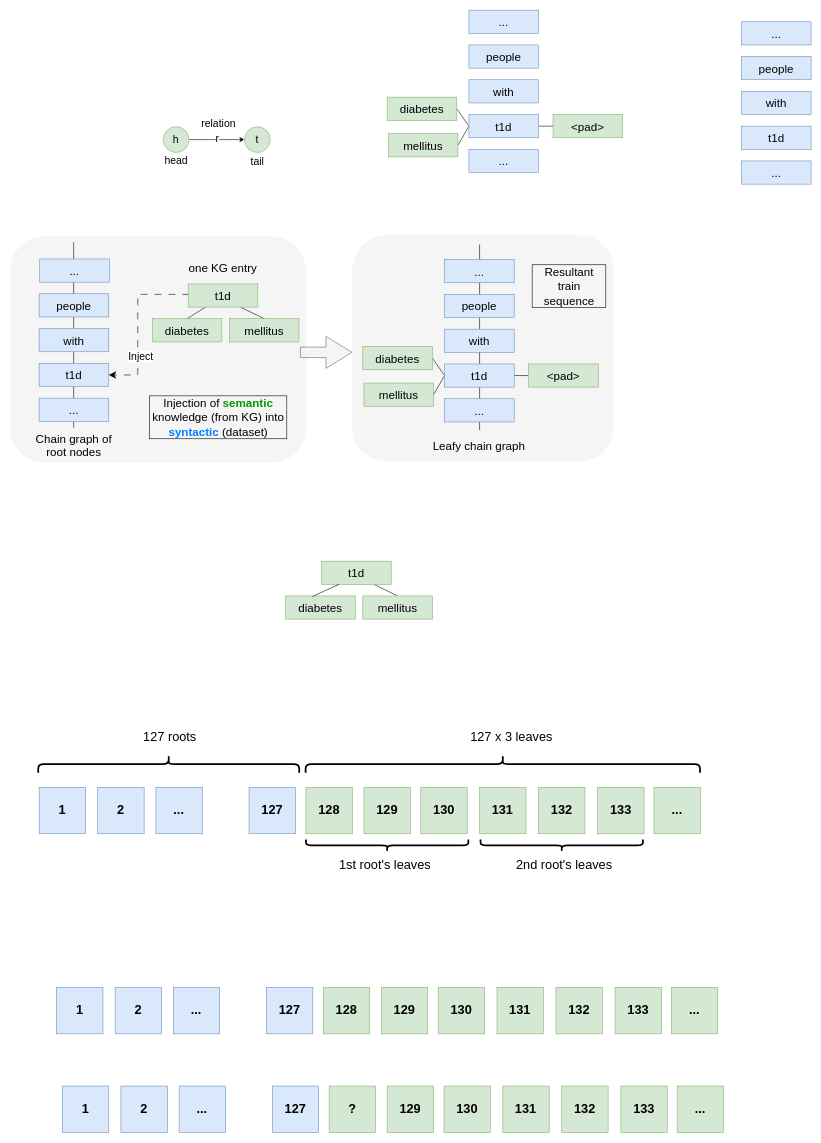
across-stars/draw.io keeps this draw.io diagram as page "Page-2" (2 of 2) of presentations/generals.drawio. Above is the earlier version. Source tidied: cells renumbered, new cells numbered last; positions are measured from the earlier drawing's top-left corner, leaving out a move shared by most shapes. Both pictures are drawn from the tidied source at 58%, with x=0, y=0 at pixel (10, 10).
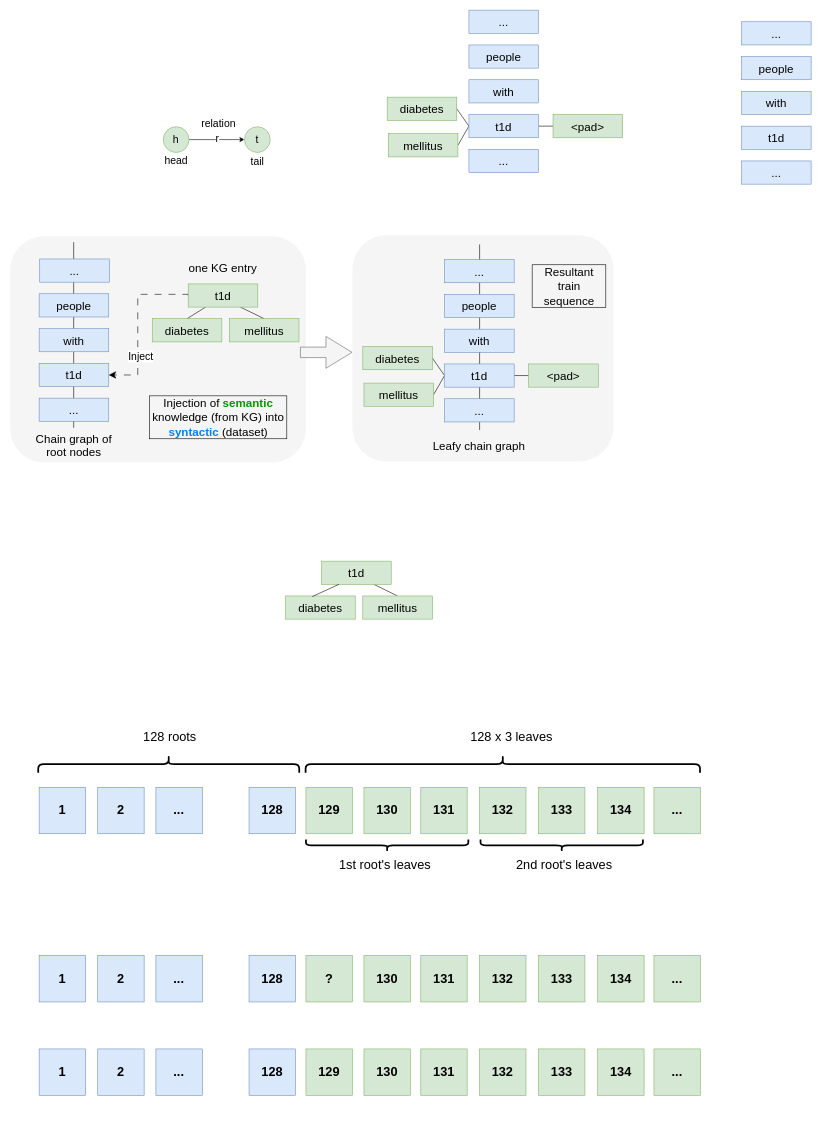
The same diagram, later.

The edit, as a diff of the source:
```diff
@@
-    <mxCell id="41" value="&lt;font size=&quot;1&quot;&gt;&lt;b style=&quot;font-size: 22px;&quot;&gt;127&lt;/b&gt;&lt;/font&gt;" style="whiteSpace=wrap;html=1;fontFamily=Helvetica;fontSize=11;labelBackgroundColor=none;fillColor=#dae8fc;strokeColor=#6c8ebf;" parent="1" vertex="1">
+    <mxCell id="41" value="&lt;font size=&quot;1&quot;&gt;&lt;b style=&quot;font-size: 22px;&quot;&gt;128&lt;/b&gt;&lt;/font&gt;" style="whiteSpace=wrap;html=1;fontFamily=Helvetica;fontSize=11;labelBackgroundColor=none;fillColor=#dae8fc;strokeColor=#6c8ebf;" parent="1" vertex="1">
       <mxGeometry x="411.9" y="1340" width="80" height="80" as="geometry" />
     </mxCell>
-    <mxCell id="42" value="&lt;font size=&quot;1&quot;&gt;&lt;b style=&quot;font-size: 22px;&quot;&gt;129&lt;/b&gt;&lt;/font&gt;" style="whiteSpace=wrap;html=1;fontFamily=Helvetica;fontSize=11;labelBackgroundColor=none;fillColor=#d5e8d4;strokeColor=#82b366;" parent="1" vertex="1">
+    <mxCell id="42" value="&lt;font size=&quot;1&quot;&gt;&lt;b style=&quot;font-size: 22px;&quot;&gt;130&lt;/b&gt;&lt;/font&gt;" style="whiteSpace=wrap;html=1;fontFamily=Helvetica;fontSize=11;labelBackgroundColor=none;fillColor=#d5e8d4;strokeColor=#82b366;" parent="1" vertex="1">
       <mxGeometry x="610" y="1340" width="80" height="80" as="geometry" />
     </mxCell>
-    <mxCell id="43" value="&lt;font size=&quot;1&quot;&gt;&lt;b style=&quot;font-size: 22px;&quot;&gt;128&lt;/b&gt;&lt;/font&gt;" style="whiteSpace=wrap;html=1;fontFamily=Helvetica;fontSize=11;labelBackgroundColor=none;fillColor=#d5e8d4;strokeColor=#82b366;" parent="1" vertex="1">
+    <mxCell id="43" value="&lt;font size=&quot;1&quot;&gt;&lt;b style=&quot;font-size: 22px;&quot;&gt;129&lt;/b&gt;&lt;/font&gt;" style="whiteSpace=wrap;html=1;fontFamily=Helvetica;fontSize=11;labelBackgroundColor=none;fillColor=#d5e8d4;strokeColor=#82b366;" parent="1" vertex="1">
       <mxGeometry x="510" y="1340" width="80" height="80" as="geometry" />
     </mxCell>
-    <mxCell id="44" value="&lt;font size=&quot;1&quot;&gt;&lt;b style=&quot;font-size: 22px;&quot;&gt;130&lt;/b&gt;&lt;/font&gt;" style="whiteSpace=wrap;html=1;fontFamily=Helvetica;fontSize=11;labelBackgroundColor=none;fillColor=#d5e8d4;strokeColor=#82b366;" parent="1" vertex="1">
+    <mxCell id="44" value="&lt;font size=&quot;1&quot;&gt;&lt;b style=&quot;font-size: 22px;&quot;&gt;131&lt;/b&gt;&lt;/font&gt;" style="whiteSpace=wrap;html=1;fontFamily=Helvetica;fontSize=11;labelBackgroundColor=none;fillColor=#d5e8d4;strokeColor=#82b366;" parent="1" vertex="1">
       <mxGeometry x="708" y="1340" width="80" height="80" as="geometry" />
     </mxCell>
-    <mxCell id="45" value="&lt;font size=&quot;1&quot;&gt;&lt;b style=&quot;font-size: 22px;&quot;&gt;131&lt;/b&gt;&lt;/font&gt;" style="whiteSpace=wrap;html=1;fontFamily=Helvetica;fontSize=11;labelBackgroundColor=none;fillColor=#d5e8d4;strokeColor=#82b366;" parent="1" vertex="1">
+    <mxCell id="45" value="&lt;font size=&quot;1&quot;&gt;&lt;b style=&quot;font-size: 22px;&quot;&gt;132&lt;/b&gt;&lt;/font&gt;" style="whiteSpace=wrap;html=1;fontFamily=Helvetica;fontSize=11;labelBackgroundColor=none;fillColor=#d5e8d4;strokeColor=#82b366;" parent="1" vertex="1">
       <mxGeometry x="809.4" y="1340" width="80" height="80" as="geometry" />
     </mxCell>
-    <mxCell id="46" value="&lt;font size=&quot;1&quot;&gt;&lt;b style=&quot;font-size: 22px;&quot;&gt;132&lt;/b&gt;&lt;/font&gt;" style="whiteSpace=wrap;html=1;fontFamily=Helvetica;fontSize=11;labelBackgroundColor=none;fillColor=#d5e8d4;strokeColor=#82b366;" parent="1" vertex="1">
+    <mxCell id="46" value="&lt;font size=&quot;1&quot;&gt;&lt;b style=&quot;font-size: 22px;&quot;&gt;133&lt;/b&gt;&lt;/font&gt;" style="whiteSpace=wrap;html=1;fontFamily=Helvetica;fontSize=11;labelBackgroundColor=none;fillColor=#d5e8d4;strokeColor=#82b366;" parent="1" vertex="1">
       <mxGeometry x="911" y="1340" width="80" height="80" as="geometry" />
     </mxCell>
-    <mxCell id="47" value="&lt;font size=&quot;1&quot;&gt;&lt;b style=&quot;font-size: 22px;&quot;&gt;133&lt;/b&gt;&lt;/font&gt;" style="whiteSpace=wrap;html=1;fontFamily=Helvetica;fontSize=11;labelBackgroundColor=none;fillColor=#d5e8d4;strokeColor=#82b366;" parent="1" vertex="1">
+    <mxCell id="47" value="&lt;font size=&quot;1&quot;&gt;&lt;b style=&quot;font-size: 22px;&quot;&gt;134&lt;/b&gt;&lt;/font&gt;" style="whiteSpace=wrap;html=1;fontFamily=Helvetica;fontSize=11;labelBackgroundColor=none;fillColor=#d5e8d4;strokeColor=#82b366;" parent="1" vertex="1">
       <mxGeometry x="1013" y="1340" width="80" height="80" as="geometry" />
     </mxCell>
@@
-    <mxCell id="54" value="&lt;font style=&quot;font-size: 22px;&quot;&gt;127 x 3 leaves&lt;/font&gt;" style="text;html=1;align=center;verticalAlign=middle;strokeColor=none;fillColor=none;" parent="1" vertex="1">
+    <mxCell id="54" value="&lt;font style=&quot;font-size: 22px;&quot;&gt;128 x 3 leaves&lt;/font&gt;" style="text;html=1;align=center;verticalAlign=middle;strokeColor=none;fillColor=none;" parent="1" vertex="1">
       <mxGeometry x="779" y="1233" width="170" height="40" as="geometry" />
     </mxCell>
@@
-    <mxCell id="56" value="&lt;font style=&quot;font-size: 22px;&quot;&gt;127 roots&lt;/font&gt;" style="text;html=1;align=center;verticalAlign=middle;strokeColor=none;fillColor=none;" parent="1" vertex="1">
+    <mxCell id="56" value="&lt;font style=&quot;font-size: 22px;&quot;&gt;128 roots&lt;/font&gt;" style="text;html=1;align=center;verticalAlign=middle;strokeColor=none;fillColor=none;" parent="1" vertex="1">
       <mxGeometry x="215" y="1233" width="120" height="40" as="geometry" />
     </mxCell>
-    <mxCell id="57" value="&lt;font size=&quot;1&quot;&gt;&lt;b style=&quot;font-size: 22px;&quot;&gt;1&lt;/b&gt;&lt;/font&gt;" style="whiteSpace=wrap;html=1;fontFamily=Helvetica;fontSize=11;labelBackgroundColor=none;fillColor=#dae8fc;strokeColor=#6c8ebf;" parent="1" vertex="1">
-      <mxGeometry x="80" y="1685" width="80" height="80" as="geometry" />
-    </mxCell>
-    <mxCell id="58" value="&lt;font size=&quot;1&quot;&gt;&lt;b style=&quot;font-size: 22px;&quot;&gt;2&lt;/b&gt;&lt;/font&gt;" style="whiteSpace=wrap;html=1;fontFamily=Helvetica;fontSize=11;labelBackgroundColor=none;fillColor=#dae8fc;strokeColor=#6c8ebf;" parent="1" vertex="1">
-      <mxGeometry x="181" y="1685" width="80" height="80" as="geometry" />
-    </mxCell>
-    <mxCell id="59" value="&lt;font size=&quot;1&quot;&gt;&lt;b style=&quot;font-size: 22px;&quot;&gt;...&lt;/b&gt;&lt;/font&gt;" style="whiteSpace=wrap;html=1;fontFamily=Helvetica;fontSize=11;labelBackgroundColor=none;fillColor=#dae8fc;strokeColor=#6c8ebf;" parent="1" vertex="1">
-      <mxGeometry x="281.3" y="1685" width="80" height="80" as="geometry" />
-    </mxCell>
-    <mxCell id="60" value="&lt;font size=&quot;1&quot;&gt;&lt;b style=&quot;font-size: 22px;&quot;&gt;127&lt;/b&gt;&lt;/font&gt;" style="whiteSpace=wrap;html=1;fontFamily=Helvetica;fontSize=11;labelBackgroundColor=none;fillColor=#dae8fc;strokeColor=#6c8ebf;" parent="1" vertex="1">
-      <mxGeometry x="441.9" y="1685" width="80" height="80" as="geometry" />
-    </mxCell>
-    <mxCell id="61" value="&lt;font size=&quot;1&quot;&gt;&lt;b style=&quot;font-size: 22px;&quot;&gt;129&lt;/b&gt;&lt;/font&gt;" style="whiteSpace=wrap;html=1;fontFamily=Helvetica;fontSize=11;labelBackgroundColor=none;fillColor=#d5e8d4;strokeColor=#82b366;" parent="1" vertex="1">
-      <mxGeometry x="640" y="1685" width="80" height="80" as="geometry" />
-    </mxCell>
-    <mxCell id="62" value="&lt;font size=&quot;1&quot;&gt;&lt;b style=&quot;font-size: 22px;&quot;&gt;128&lt;/b&gt;&lt;/font&gt;" style="whiteSpace=wrap;html=1;fontFamily=Helvetica;fontSize=11;labelBackgroundColor=none;fillColor=#d5e8d4;strokeColor=#82b366;" parent="1" vertex="1">
-      <mxGeometry x="540" y="1685" width="80" height="80" as="geometry" />
-    </mxCell>
-    <mxCell id="63" value="&lt;font size=&quot;1&quot;&gt;&lt;b style=&quot;font-size: 22px;&quot;&gt;130&lt;/b&gt;&lt;/font&gt;" style="whiteSpace=wrap;html=1;fontFamily=Helvetica;fontSize=11;labelBackgroundColor=none;fillColor=#d5e8d4;strokeColor=#82b366;" parent="1" vertex="1">
-      <mxGeometry x="738" y="1685" width="80" height="80" as="geometry" />
-    </mxCell>
-    <mxCell id="64" value="&lt;font size=&quot;1&quot;&gt;&lt;b style=&quot;font-size: 22px;&quot;&gt;131&lt;/b&gt;&lt;/font&gt;" style="whiteSpace=wrap;html=1;fontFamily=Helvetica;fontSize=11;labelBackgroundColor=none;fillColor=#d5e8d4;strokeColor=#82b366;" parent="1" vertex="1">
-      <mxGeometry x="839.4" y="1685" width="80" height="80" as="geometry" />
-    </mxCell>
-    <mxCell id="65" value="&lt;font size=&quot;1&quot;&gt;&lt;b style=&quot;font-size: 22px;&quot;&gt;132&lt;/b&gt;&lt;/font&gt;" style="whiteSpace=wrap;html=1;fontFamily=Helvetica;fontSize=11;labelBackgroundColor=none;fillColor=#d5e8d4;strokeColor=#82b366;" parent="1" vertex="1">
-      <mxGeometry x="941" y="1685" width="80" height="80" as="geometry" />
-    </mxCell>
-    <mxCell id="66" value="&lt;font size=&quot;1&quot;&gt;&lt;b style=&quot;font-size: 22px;&quot;&gt;133&lt;/b&gt;&lt;/font&gt;" style="whiteSpace=wrap;html=1;fontFamily=Helvetica;fontSize=11;labelBackgroundColor=none;fillColor=#d5e8d4;strokeColor=#82b366;" parent="1" vertex="1">
-      <mxGeometry x="1043" y="1685" width="80" height="80" as="geometry" />
-    </mxCell>
-    <mxCell id="67" value="&lt;font size=&quot;1&quot;&gt;&lt;b style=&quot;font-size: 22px;&quot;&gt;...&lt;/b&gt;&lt;/font&gt;" style="whiteSpace=wrap;html=1;fontFamily=Helvetica;fontSize=11;labelBackgroundColor=none;fillColor=#d5e8d4;strokeColor=#82b366;" parent="1" vertex="1">
-      <mxGeometry x="1140" y="1685" width="80" height="80" as="geometry" />
-    </mxCell>
-    <mxCell id="68" value="&lt;font size=&quot;1&quot;&gt;&lt;b style=&quot;font-size: 22px;&quot;&gt;1&lt;/b&gt;&lt;/font&gt;" style="whiteSpace=wrap;html=1;fontFamily=Helvetica;fontSize=11;labelBackgroundColor=none;fillColor=#dae8fc;strokeColor=#6c8ebf;" parent="1" vertex="1">
-      <mxGeometry x="90" y="1855" width="80" height="80" as="geometry" />
-    </mxCell>
-    <mxCell id="69" value="&lt;font size=&quot;1&quot;&gt;&lt;b style=&quot;font-size: 22px;&quot;&gt;2&lt;/b&gt;&lt;/font&gt;" style="whiteSpace=wrap;html=1;fontFamily=Helvetica;fontSize=11;labelBackgroundColor=none;fillColor=#dae8fc;strokeColor=#6c8ebf;" parent="1" vertex="1">
-      <mxGeometry x="191" y="1855" width="80" height="80" as="geometry" />
-    </mxCell>
-    <mxCell id="70" value="&lt;font size=&quot;1&quot;&gt;&lt;b style=&quot;font-size: 22px;&quot;&gt;...&lt;/b&gt;&lt;/font&gt;" style="whiteSpace=wrap;html=1;fontFamily=Helvetica;fontSize=11;labelBackgroundColor=none;fillColor=#dae8fc;strokeColor=#6c8ebf;" parent="1" vertex="1">
-      <mxGeometry x="291.3" y="1855" width="80" height="80" as="geometry" />
-    </mxCell>
-    <mxCell id="71" value="&lt;font size=&quot;1&quot;&gt;&lt;b style=&quot;font-size: 22px;&quot;&gt;127&lt;/b&gt;&lt;/font&gt;" style="whiteSpace=wrap;html=1;fontFamily=Helvetica;fontSize=11;labelBackgroundColor=none;fillColor=#dae8fc;strokeColor=#6c8ebf;" parent="1" vertex="1">
-      <mxGeometry x="451.9" y="1855" width="80" height="80" as="geometry" />
-    </mxCell>
-    <mxCell id="72" value="&lt;font size=&quot;1&quot;&gt;&lt;b style=&quot;font-size: 22px;&quot;&gt;129&lt;/b&gt;&lt;/font&gt;" style="whiteSpace=wrap;html=1;fontFamily=Helvetica;fontSize=11;labelBackgroundColor=none;fillColor=#d5e8d4;strokeColor=#82b366;" parent="1" vertex="1">
-      <mxGeometry x="650" y="1855" width="80" height="80" as="geometry" />
-    </mxCell>
-    <mxCell id="73" value="&lt;font size=&quot;1&quot;&gt;&lt;b style=&quot;font-size: 22px;&quot;&gt;?&lt;/b&gt;&lt;/font&gt;" style="whiteSpace=wrap;html=1;fontFamily=Helvetica;fontSize=11;labelBackgroundColor=none;fillColor=#d5e8d4;strokeColor=#82b366;" parent="1" vertex="1">
-      <mxGeometry x="550" y="1855" width="80" height="80" as="geometry" />
-    </mxCell>
-    <mxCell id="74" value="&lt;font size=&quot;1&quot;&gt;&lt;b style=&quot;font-size: 22px;&quot;&gt;130&lt;/b&gt;&lt;/font&gt;" style="whiteSpace=wrap;html=1;fontFamily=Helvetica;fontSize=11;labelBackgroundColor=none;fillColor=#d5e8d4;strokeColor=#82b366;" parent="1" vertex="1">
-      <mxGeometry x="748" y="1855" width="80" height="80" as="geometry" />
-    </mxCell>
-    <mxCell id="75" value="&lt;font size=&quot;1&quot;&gt;&lt;b style=&quot;font-size: 22px;&quot;&gt;131&lt;/b&gt;&lt;/font&gt;" style="whiteSpace=wrap;html=1;fontFamily=Helvetica;fontSize=11;labelBackgroundColor=none;fillColor=#d5e8d4;strokeColor=#82b366;" parent="1" vertex="1">
-      <mxGeometry x="849.4" y="1855" width="80" height="80" as="geometry" />
-    </mxCell>
-    <mxCell id="76" value="&lt;font size=&quot;1&quot;&gt;&lt;b style=&quot;font-size: 22px;&quot;&gt;132&lt;/b&gt;&lt;/font&gt;" style="whiteSpace=wrap;html=1;fontFamily=Helvetica;fontSize=11;labelBackgroundColor=none;fillColor=#d5e8d4;strokeColor=#82b366;" parent="1" vertex="1">
-      <mxGeometry x="951" y="1855" width="80" height="80" as="geometry" />
-    </mxCell>
-    <mxCell id="77" value="&lt;font size=&quot;1&quot;&gt;&lt;b style=&quot;font-size: 22px;&quot;&gt;133&lt;/b&gt;&lt;/font&gt;" style="whiteSpace=wrap;html=1;fontFamily=Helvetica;fontSize=11;labelBackgroundColor=none;fillColor=#d5e8d4;strokeColor=#82b366;" parent="1" vertex="1">
-      <mxGeometry x="1053" y="1855" width="80" height="80" as="geometry" />
-    </mxCell>
-    <mxCell id="78" value="&lt;font size=&quot;1&quot;&gt;&lt;b style=&quot;font-size: 22px;&quot;&gt;...&lt;/b&gt;&lt;/font&gt;" style="whiteSpace=wrap;html=1;fontFamily=Helvetica;fontSize=11;labelBackgroundColor=none;fillColor=#d5e8d4;strokeColor=#82b366;" parent="1" vertex="1">
-      <mxGeometry x="1150" y="1855" width="80" height="80" as="geometry" />
-    </mxCell>
@@
+    <mxCell id="109" value="&lt;font size=&quot;1&quot;&gt;&lt;b style=&quot;font-size: 22px;&quot;&gt;1&lt;/b&gt;&lt;/font&gt;" style="whiteSpace=wrap;html=1;fontFamily=Helvetica;fontSize=11;labelBackgroundColor=none;fillColor=#dae8fc;strokeColor=#6c8ebf;" parent="1" vertex="1">
+      <mxGeometry x="50" y="1630" width="80" height="80" as="geometry" />
+    </mxCell>
+    <mxCell id="110" value="&lt;font size=&quot;1&quot;&gt;&lt;b style=&quot;font-size: 22px;&quot;&gt;2&lt;/b&gt;&lt;/font&gt;" style="whiteSpace=wrap;html=1;fontFamily=Helvetica;fontSize=11;labelBackgroundColor=none;fillColor=#dae8fc;strokeColor=#6c8ebf;" parent="1" vertex="1">
+      <mxGeometry x="151" y="1630" width="80" height="80" as="geometry" />
+    </mxCell>
+    <mxCell id="111" value="&lt;font size=&quot;1&quot;&gt;&lt;b style=&quot;font-size: 22px;&quot;&gt;...&lt;/b&gt;&lt;/font&gt;" style="whiteSpace=wrap;html=1;fontFamily=Helvetica;fontSize=11;labelBackgroundColor=none;fillColor=#dae8fc;strokeColor=#6c8ebf;" parent="1" vertex="1">
+      <mxGeometry x="251.3" y="1630" width="80" height="80" as="geometry" />
+    </mxCell>
+    <mxCell id="112" value="&lt;font size=&quot;1&quot;&gt;&lt;b style=&quot;font-size: 22px;&quot;&gt;128&lt;/b&gt;&lt;/font&gt;" style="whiteSpace=wrap;html=1;fontFamily=Helvetica;fontSize=11;labelBackgroundColor=none;fillColor=#dae8fc;strokeColor=#6c8ebf;" parent="1" vertex="1">
+      <mxGeometry x="411.9" y="1630" width="80" height="80" as="geometry" />
+    </mxCell>
+    <mxCell id="113" value="&lt;font size=&quot;1&quot;&gt;&lt;b style=&quot;font-size: 22px;&quot;&gt;130&lt;/b&gt;&lt;/font&gt;" style="whiteSpace=wrap;html=1;fontFamily=Helvetica;fontSize=11;labelBackgroundColor=none;fillColor=#d5e8d4;strokeColor=#82b366;" parent="1" vertex="1">
+      <mxGeometry x="610" y="1630" width="80" height="80" as="geometry" />
+    </mxCell>
+    <mxCell id="73" value="&lt;font size=&quot;1&quot;&gt;&lt;b style=&quot;font-size: 22px;&quot;&gt;?&lt;/b&gt;&lt;/font&gt;" style="whiteSpace=wrap;html=1;fontFamily=Helvetica;fontSize=11;labelBackgroundColor=none;fillColor=#d5e8d4;strokeColor=#82b366;" parent="1" vertex="1">
+      <mxGeometry x="510" y="1630" width="80" height="80" as="geometry" />
+    </mxCell>
+    <mxCell id="114" value="&lt;font size=&quot;1&quot;&gt;&lt;b style=&quot;font-size: 22px;&quot;&gt;131&lt;/b&gt;&lt;/font&gt;" style="whiteSpace=wrap;html=1;fontFamily=Helvetica;fontSize=11;labelBackgroundColor=none;fillColor=#d5e8d4;strokeColor=#82b366;" parent="1" vertex="1">
+      <mxGeometry x="708" y="1630" width="80" height="80" as="geometry" />
+    </mxCell>
+    <mxCell id="115" value="&lt;font size=&quot;1&quot;&gt;&lt;b style=&quot;font-size: 22px;&quot;&gt;132&lt;/b&gt;&lt;/font&gt;" style="whiteSpace=wrap;html=1;fontFamily=Helvetica;fontSize=11;labelBackgroundColor=none;fillColor=#d5e8d4;strokeColor=#82b366;" parent="1" vertex="1">
+      <mxGeometry x="809.4" y="1630" width="80" height="80" as="geometry" />
+    </mxCell>
+    <mxCell id="116" value="&lt;font size=&quot;1&quot;&gt;&lt;b style=&quot;font-size: 22px;&quot;&gt;133&lt;/b&gt;&lt;/font&gt;" style="whiteSpace=wrap;html=1;fontFamily=Helvetica;fontSize=11;labelBackgroundColor=none;fillColor=#d5e8d4;strokeColor=#82b366;" parent="1" vertex="1">
+      <mxGeometry x="911" y="1630" width="80" height="80" as="geometry" />
+    </mxCell>
+    <mxCell id="117" value="&lt;font size=&quot;1&quot;&gt;&lt;b style=&quot;font-size: 22px;&quot;&gt;134&lt;/b&gt;&lt;/font&gt;" style="whiteSpace=wrap;html=1;fontFamily=Helvetica;fontSize=11;labelBackgroundColor=none;fillColor=#d5e8d4;strokeColor=#82b366;" parent="1" vertex="1">
+      <mxGeometry x="1013" y="1630" width="80" height="80" as="geometry" />
+    </mxCell>
+    <mxCell id="118" value="&lt;font size=&quot;1&quot;&gt;&lt;b style=&quot;font-size: 22px;&quot;&gt;...&lt;/b&gt;&lt;/font&gt;" style="whiteSpace=wrap;html=1;fontFamily=Helvetica;fontSize=11;labelBackgroundColor=none;fillColor=#d5e8d4;strokeColor=#82b366;" parent="1" vertex="1">
+      <mxGeometry x="1110" y="1630" width="80" height="80" as="geometry" />
+    </mxCell>
+    <mxCell id="119" value="&lt;font size=&quot;1&quot;&gt;&lt;b style=&quot;font-size: 22px;&quot;&gt;1&lt;/b&gt;&lt;/font&gt;" style="whiteSpace=wrap;html=1;fontFamily=Helvetica;fontSize=11;labelBackgroundColor=none;fillColor=#dae8fc;strokeColor=#6c8ebf;" parent="1" vertex="1">
+      <mxGeometry x="50" y="1791" width="80" height="80" as="geometry" />
+    </mxCell>
+    <mxCell id="120" value="&lt;font size=&quot;1&quot;&gt;&lt;b style=&quot;font-size: 22px;&quot;&gt;2&lt;/b&gt;&lt;/font&gt;" style="whiteSpace=wrap;html=1;fontFamily=Helvetica;fontSize=11;labelBackgroundColor=none;fillColor=#dae8fc;strokeColor=#6c8ebf;" parent="1" vertex="1">
+      <mxGeometry x="151" y="1791" width="80" height="80" as="geometry" />
+    </mxCell>
+    <mxCell id="121" value="&lt;font size=&quot;1&quot;&gt;&lt;b style=&quot;font-size: 22px;&quot;&gt;...&lt;/b&gt;&lt;/font&gt;" style="whiteSpace=wrap;html=1;fontFamily=Helvetica;fontSize=11;labelBackgroundColor=none;fillColor=#dae8fc;strokeColor=#6c8ebf;" parent="1" vertex="1">
+      <mxGeometry x="251.3" y="1791" width="80" height="80" as="geometry" />
+    </mxCell>
+    <mxCell id="122" value="&lt;font size=&quot;1&quot;&gt;&lt;b style=&quot;font-size: 22px;&quot;&gt;128&lt;/b&gt;&lt;/font&gt;" style="whiteSpace=wrap;html=1;fontFamily=Helvetica;fontSize=11;labelBackgroundColor=none;fillColor=#dae8fc;strokeColor=#6c8ebf;" parent="1" vertex="1">
+      <mxGeometry x="411.9" y="1791" width="80" height="80" as="geometry" />
+    </mxCell>
+    <mxCell id="123" value="&lt;font size=&quot;1&quot;&gt;&lt;b style=&quot;font-size: 22px;&quot;&gt;130&lt;/b&gt;&lt;/font&gt;" style="whiteSpace=wrap;html=1;fontFamily=Helvetica;fontSize=11;labelBackgroundColor=none;fillColor=#d5e8d4;strokeColor=#82b366;" parent="1" vertex="1">
+      <mxGeometry x="610" y="1791" width="80" height="80" as="geometry" />
+    </mxCell>
+    <mxCell id="124" value="&lt;font size=&quot;1&quot;&gt;&lt;b style=&quot;font-size: 22px;&quot;&gt;129&lt;/b&gt;&lt;/font&gt;" style="whiteSpace=wrap;html=1;fontFamily=Helvetica;fontSize=11;labelBackgroundColor=none;fillColor=#d5e8d4;strokeColor=#82b366;" parent="1" vertex="1">
+      <mxGeometry x="510" y="1791" width="80" height="80" as="geometry" />
+    </mxCell>
+    <mxCell id="125" value="&lt;font size=&quot;1&quot;&gt;&lt;b style=&quot;font-size: 22px;&quot;&gt;131&lt;/b&gt;&lt;/font&gt;" style="whiteSpace=wrap;html=1;fontFamily=Helvetica;fontSize=11;labelBackgroundColor=none;fillColor=#d5e8d4;strokeColor=#82b366;" parent="1" vertex="1">
+      <mxGeometry x="708" y="1791" width="80" height="80" as="geometry" />
+    </mxCell>
+    <mxCell id="126" value="&lt;font size=&quot;1&quot;&gt;&lt;b style=&quot;font-size: 22px;&quot;&gt;132&lt;/b&gt;&lt;/font&gt;" style="whiteSpace=wrap;html=1;fontFamily=Helvetica;fontSize=11;labelBackgroundColor=none;fillColor=#d5e8d4;strokeColor=#82b366;" parent="1" vertex="1">
+      <mxGeometry x="809.4" y="1791" width="80" height="80" as="geometry" />
+    </mxCell>
+    <mxCell id="127" value="&lt;font size=&quot;1&quot;&gt;&lt;b style=&quot;font-size: 22px;&quot;&gt;133&lt;/b&gt;&lt;/font&gt;" style="whiteSpace=wrap;html=1;fontFamily=Helvetica;fontSize=11;labelBackgroundColor=none;fillColor=#d5e8d4;strokeColor=#82b366;" parent="1" vertex="1">
+      <mxGeometry x="911" y="1791" width="80" height="80" as="geometry" />
+    </mxCell>
+    <mxCell id="128" value="&lt;font size=&quot;1&quot;&gt;&lt;b style=&quot;font-size: 22px;&quot;&gt;134&lt;/b&gt;&lt;/font&gt;" style="whiteSpace=wrap;html=1;fontFamily=Helvetica;fontSize=11;labelBackgroundColor=none;fillColor=#d5e8d4;strokeColor=#82b366;" parent="1" vertex="1">
+      <mxGeometry x="1013" y="1791" width="80" height="80" as="geometry" />
+    </mxCell>
+    <mxCell id="129" value="&lt;font size=&quot;1&quot;&gt;&lt;b style=&quot;font-size: 22px;&quot;&gt;...&lt;/b&gt;&lt;/font&gt;" style="whiteSpace=wrap;html=1;fontFamily=Helvetica;fontSize=11;labelBackgroundColor=none;fillColor=#d5e8d4;strokeColor=#82b366;" parent="1" vertex="1">
+      <mxGeometry x="1110" y="1791" width="80" height="80" as="geometry" />
+    </mxCell>
```
